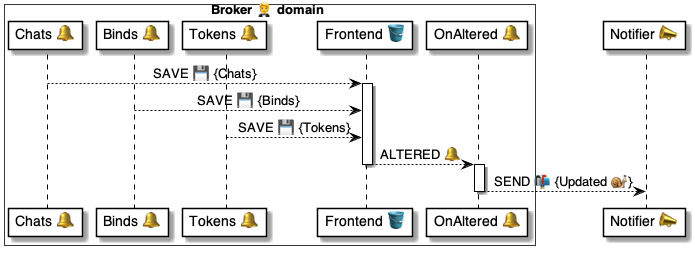
This is 4 ⚙️ Solution/20 🧑‍🦰 UI/Brokers 🤵/🤵🪣 Broker tables/Frontend 📱 table/🪣🧱 Altered 🔔 event/🤵 OnFrontendAltered ⚙️ uml.png from pollyweb-org/pollyweb-docs, a PlantUML export, as it was before one commit. Its source is kept beside it as 4 ⚙️ Solution/20 🧑‍🦰 UI/Brokers 🤵/🤵🪣 Broker tables/Frontend 📱 table/🪣🧱 Altered 🔔 event/🤵 OnFrontendAltered ⚙️ uml.puml. Its diagram source:
```plantuml
@startuml OnFrontendAltered


box Broker 🤵 domain #FFFFFA
    participant "Chats 🔔" as chats
    participant "Binds 🔔" as binds
    participant "Tokens 🔔" as tokens
    participant "Frontend 🪣" as frontend
    participant "OnAltered 🔔" as handler
end box

participant "Notifier 📣" as notifier



    chats --> frontend: SAVE 💾 {Chats}
activate frontend
    binds --> frontend: SAVE 💾 {Binds}
    tokens --> frontend: SAVE 💾 {Tokens}

    frontend --> handler: ALTERED 🔔
deactivate frontend

activate handler
    handler --> notifier: SEND 📬 {Updated 🐌}
deactivate handler

@enduml
```
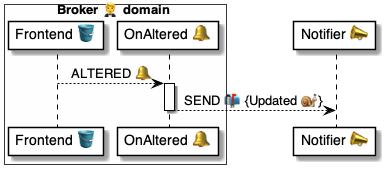
The same diagram one commit later.

Change to the diagram source:
```diff
@@ -2,21 +2,11 @@
 
 
 box Broker 🤵 domain #FFFFFA
-    participant "Chats 🔔" as chats
-    participant "Binds 🔔" as binds
-    participant "Tokens 🔔" as tokens
     participant "Frontend 🪣" as frontend
     participant "OnAltered 🔔" as handler
 end box
-
 participant "Notifier 📣" as notifier
 
-
-
-    chats --> frontend: SAVE 💾 {Chats}
-activate frontend
-    binds --> frontend: SAVE 💾 {Binds}
-    tokens --> frontend: SAVE 💾 {Tokens}
 
     frontend --> handler: ALTERED 🔔
 deactivate frontend
```
